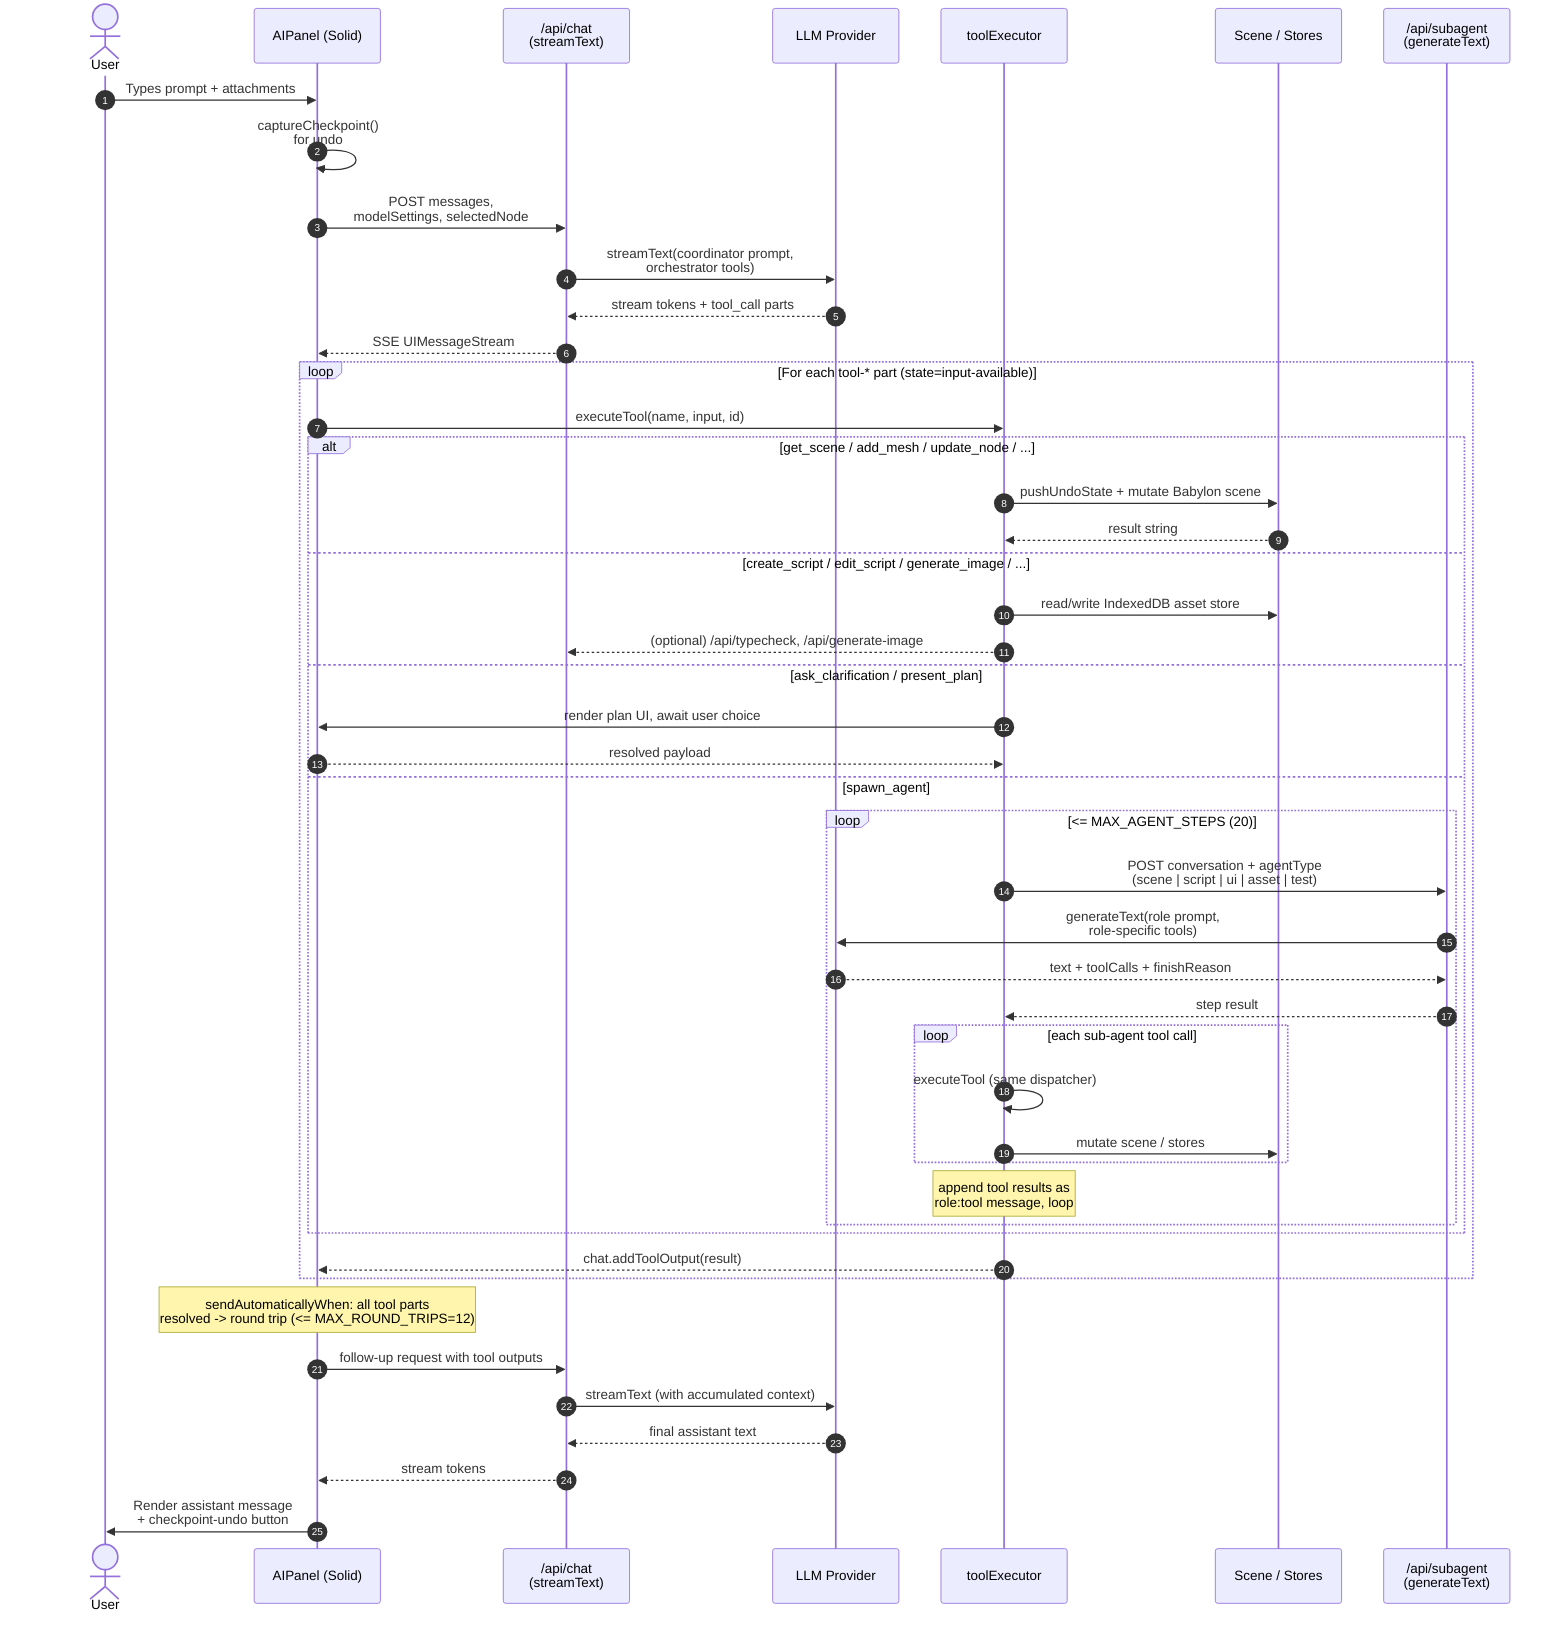
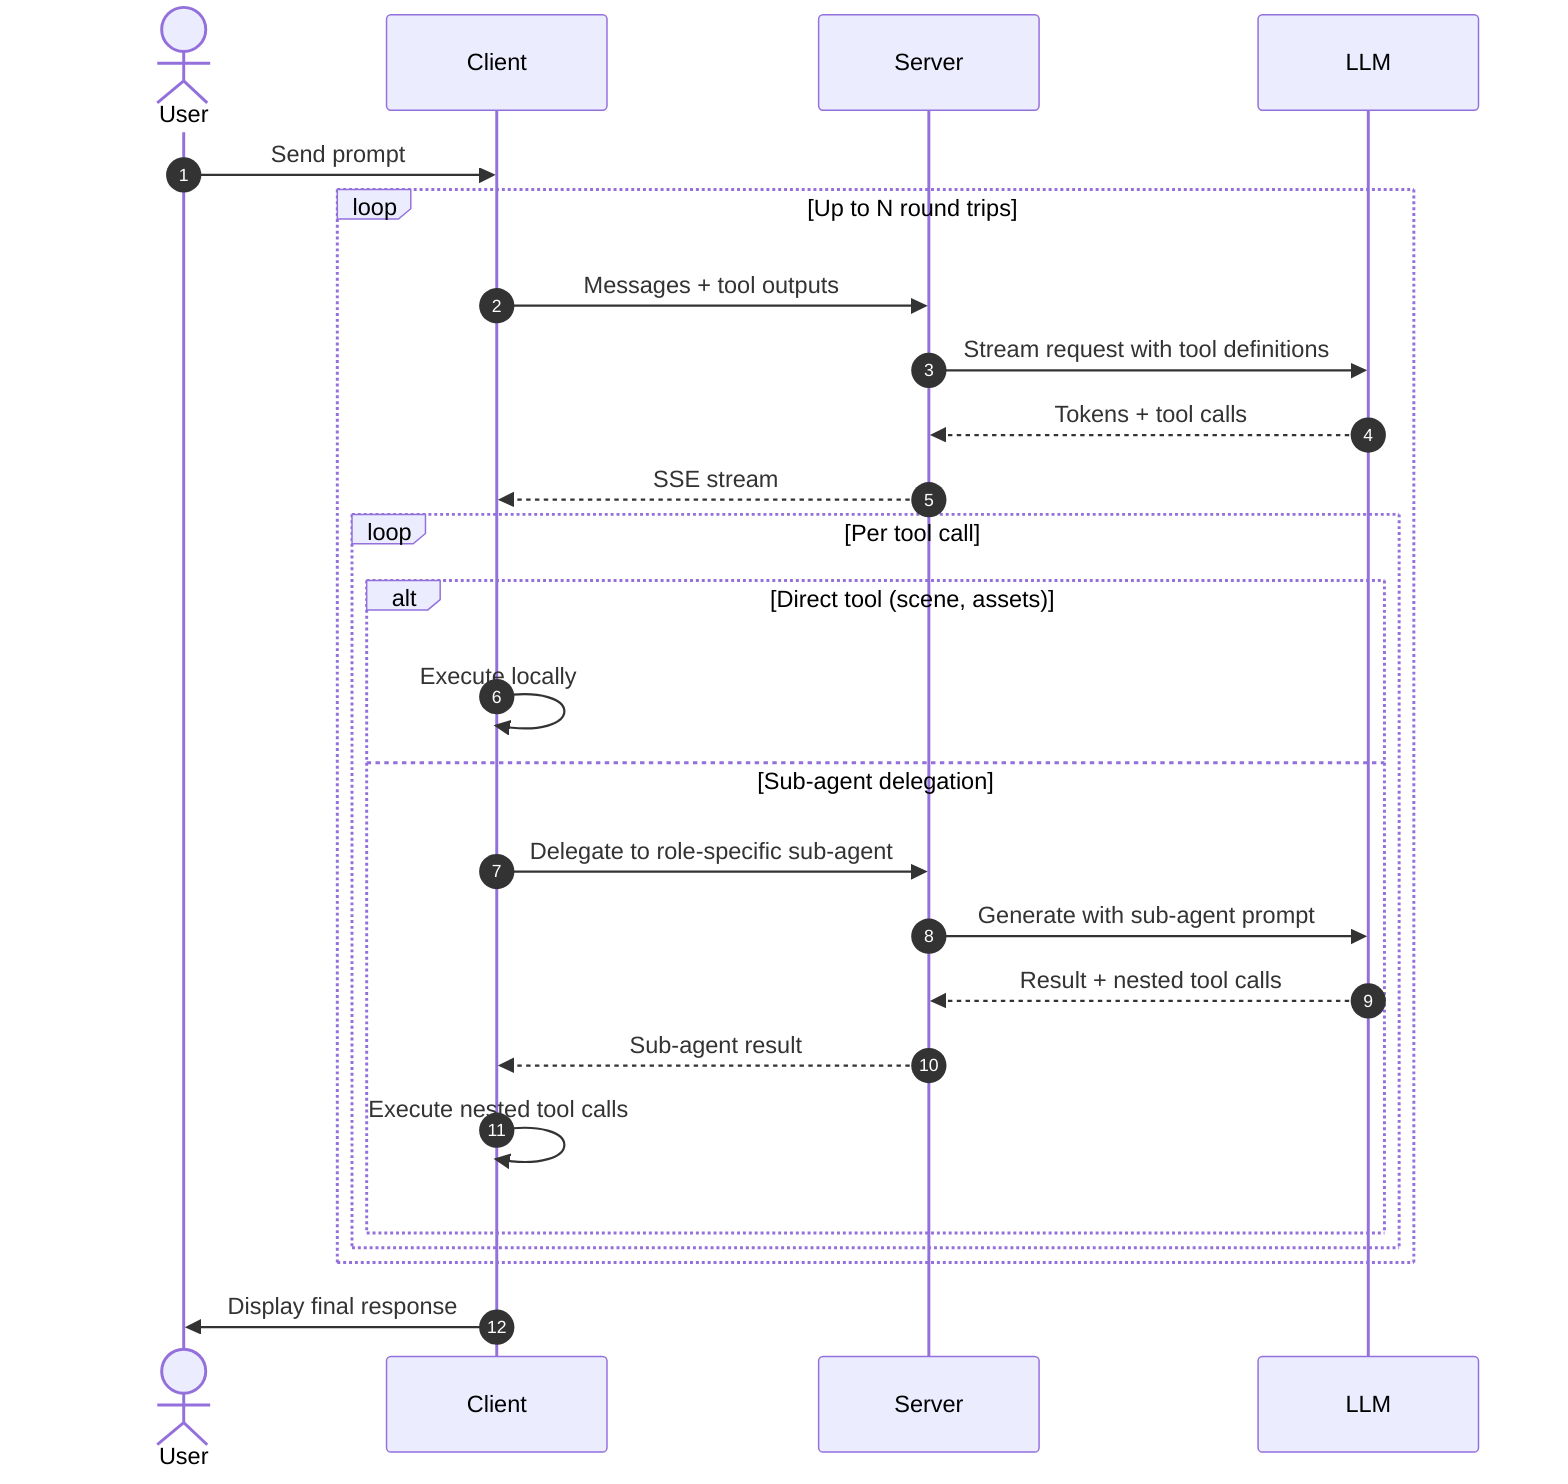
sequenceDiagram
    autonumber
    actor U as User
-     participant P as AIPanel (Solid)
-     participant C as /api/chat<br/>(streamText)
-     participant L as LLM Provider
-     participant E as toolExecutor
-     participant S as Scene / Stores
-     participant A as /api/subagent<br/>(generateText)
+     participant C as Client
+     participant S as Server
+     participant LLM as LLM

-     U->>P: Types prompt + attachments
-     P->>P: captureCheckpoint()<br/>for undo
-     P->>C: POST messages,<br/>modelSettings, selectedNode
-     C->>L: streamText(coordinator prompt,<br/>orchestrator tools)
-     L-->>C: stream tokens + tool_call parts
-     C-->>P: SSE UIMessageStream
+     U->>C: Send prompt

-     loop For each tool-* part (state=input-available)
-         P->>E: executeTool(name, input, id)
+     loop Up to N round trips
+         C->>S: Messages + tool outputs
+         S->>LLM: Stream request with tool definitions
+         LLM-->>S: Tokens + tool calls
+         S-->>C: SSE stream

-         alt get_scene / add_mesh / update_node / ...
-             E->>S: pushUndoState + mutate Babylon scene
-             S-->>E: result string
-         else create_script / edit_script / generate_image / ...
-             E->>S: read/write IndexedDB asset store
-             E-->>C: (optional) /api/typecheck, /api/generate-image
-         else ask_clarification / present_plan
-             E->>P: render plan UI, await user choice
-             P-->>E: resolved payload
-         else spawn_agent
-             loop <= MAX_AGENT_STEPS (20)
-                 E->>A: POST conversation + agentType<br/>(scene | script | ui | asset | test)
-                 A->>L: generateText(role prompt,<br/>role-specific tools)
-                 L-->>A: text + toolCalls + finishReason
-                 A-->>E: step result
-                 loop each sub-agent tool call
-                     E->>E: executeTool (same dispatcher)
-                     E->>S: mutate scene / stores
-                 end
-                 Note over E: append tool results as<br/>role:tool message, loop
+         loop Per tool call
+             alt Direct tool (scene, assets)
+                 C->>C: Execute locally
+             else Sub-agent delegation
+                 C->>S: Delegate to role-specific sub-agent
+                 S->>LLM: Generate with sub-agent prompt
+                 LLM-->>S: Result + nested tool calls
+                 S-->>C: Sub-agent result
+                 C->>C: Execute nested tool calls
            end
        end
- 
-         E-->>P: chat.addToolOutput(result)
    end

-     Note over P: sendAutomaticallyWhen: all tool parts<br/>resolved -> round trip (<= MAX_ROUND_TRIPS=12)
-     P->>C: follow-up request with tool outputs
-     C->>L: streamText (with accumulated context)
-     L-->>C: final assistant text
-     C-->>P: stream tokens
-     P->>U: Render assistant message<br/>+ checkpoint-undo button
+     C->>U: Display final response
